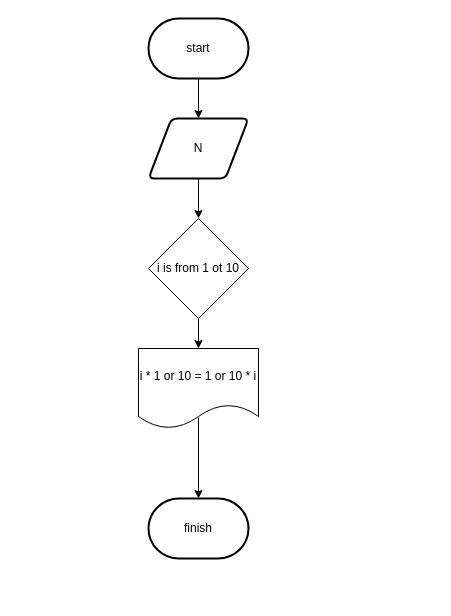
The draw.io diagram stage/03_loop/2739.drawio in Gyeongrok-Oh/boj, before the edit. Source tidied: cells renumbered, new cells numbered last; positions are measured from the earlier drawing's top-left corner, leaving out a move shared by most shapes. Both pictures are drawn from the tidied source at 100%, with x=0, y=0 at pixel (138, 18).
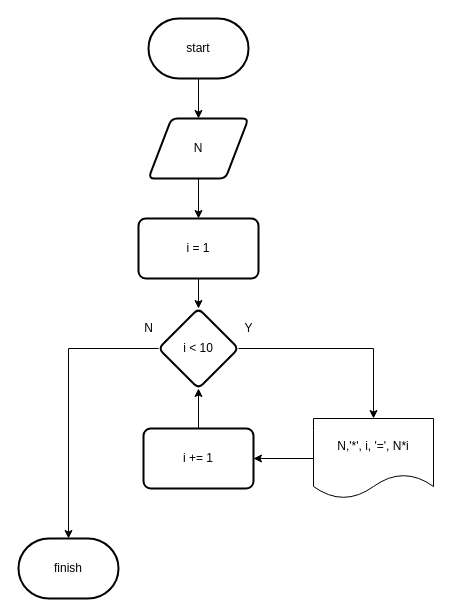
After the change.

Diff of the diagram source:
```diff
@@
 <mxGraphModel>
   <root>
     <mxCell id="0" />
     <mxCell id="1" parent="0" />
     <mxCell id="2" style="edgeStyle=none;html=1;entryX=0.5;entryY=0;entryDx=0;entryDy=0;" parent="1" edge="1" source="3" target="5">
       <mxGeometry relative="1" as="geometry" />
     </mxCell>
     <mxCell id="3" value="start" style="strokeWidth=2;html=1;shape=mxgraph.flowchart.terminator;whiteSpace=wrap;" parent="1" vertex="1">
       <mxGeometry x="10" width="100" height="60" as="geometry" />
     </mxCell>
-    <mxCell id="4" style="edgeStyle=none;html=1;" parent="1" edge="1" source="5">
-      <mxGeometry relative="1" as="geometry">
-        <mxPoint x="60" y="200" as="targetPoint" />
-      </mxGeometry>
-    </mxCell>
+    <mxCell id="12" style="edgeStyle=orthogonalEdgeStyle;rounded=0;jettySize=auto;html=1;" parent="1" edge="1" source="5" target="15">
+      <mxGeometry relative="1" as="geometry" />
+    </mxCell>
     <mxCell id="5" value="N" style="shape=parallelogram;html=1;strokeWidth=2;perimeter=parallelogramPerimeter;whiteSpace=wrap;rounded=1;arcSize=12;size=0.23;" parent="1" vertex="1">
       <mxGeometry x="10" y="100" width="100" height="60" as="geometry" />
     </mxCell>
-    <mxCell id="6" style="edgeStyle=none;html=1;" parent="1" edge="1">
-      <mxGeometry relative="1" as="geometry">
-        <mxPoint x="60" y="260" as="sourcePoint" />
-        <mxPoint x="60" y="300" as="targetPoint" />
-      </mxGeometry>
-    </mxCell>
-    <mxCell id="7" style="edgeStyle=none;html=1;exitX=0.5;exitY=0.863;exitDx=0;exitDy=0;exitPerimeter=0;entryX=0.5;entryY=0;entryDx=0;entryDy=0;entryPerimeter=0;" parent="1" edge="1" source="8" target="9">
-      <mxGeometry relative="1" as="geometry" />
-    </mxCell>
+    <mxCell id="13" style="edgeStyle=orthogonalEdgeStyle;rounded=0;jettySize=auto;html=1;exitX=0;exitY=0.5;exitDx=0;exitDy=0;entryX=1;entryY=0.5;entryDx=0;entryDy=0;" parent="1" edge="1" source="8" target="20">
+      <mxGeometry relative="1" as="geometry" />
+    </mxCell>
-    <mxCell id="8" value="i * 1 or 10 = 1 or 10 * i" style="shape=document;whiteSpace=wrap;html=1;boundedLbl=1;" parent="1" vertex="1">
-      <mxGeometry y="330" width="120" height="80" as="geometry" />
+    <mxCell id="8" value="&lt;font style=&quot;font-size: 12px&quot;&gt;N,'*', i, '=', N*i&lt;/font&gt;" style="shape=document;whiteSpace=wrap;html=1;boundedLbl=1;" parent="1" vertex="1">
+      <mxGeometry x="175" y="400" width="120" height="80" as="geometry" />
     </mxCell>
     <mxCell id="9" value="finish" style="strokeWidth=2;html=1;shape=mxgraph.flowchart.terminator;whiteSpace=wrap;" parent="1" vertex="1">
-      <mxGeometry x="10" y="480" width="100" height="60" as="geometry" />
+      <mxGeometry x="-120" y="520" width="100" height="60" as="geometry" />
     </mxCell>
-    <mxCell id="10" style="edgeStyle=none;html=1;entryX=0.5;entryY=0;entryDx=0;entryDy=0;" parent="1" edge="1" source="11" target="8">
-      <mxGeometry relative="1" as="geometry" />
-    </mxCell>
-    <mxCell id="11" value="i is from 1 ot 10" style="rhombus;whiteSpace=wrap;html=1;" parent="1" vertex="1">
-      <mxGeometry x="10" y="200" width="100" height="100" as="geometry" />
-    </mxCell>
+    <mxCell id="14" style="edgeStyle=orthogonalEdgeStyle;rounded=0;jettySize=auto;html=1;" parent="1" edge="1" source="15" target="18">
+      <mxGeometry relative="1" as="geometry" />
+    </mxCell>
+    <mxCell id="15" value="i = 1" style="whiteSpace=wrap;html=1;strokeWidth=2;rounded=1;arcSize=12;" parent="1" vertex="1">
+      <mxGeometry y="200" width="120" height="60" as="geometry" />
+    </mxCell>
+    <mxCell id="16" style="edgeStyle=orthogonalEdgeStyle;rounded=0;jettySize=auto;html=1;entryX=0.5;entryY=0;entryDx=0;entryDy=0;entryPerimeter=0;" parent="1" edge="1" source="18" target="9">
+      <mxGeometry relative="1" as="geometry" />
+    </mxCell>
+    <mxCell id="17" style="edgeStyle=orthogonalEdgeStyle;rounded=0;jettySize=auto;html=1;entryX=0.5;entryY=0;entryDx=0;entryDy=0;" parent="1" edge="1" source="18" target="8">
+      <mxGeometry relative="1" as="geometry" />
+    </mxCell>
+    <mxCell id="18" value="i &amp;lt; 10" style="rhombus;whiteSpace=wrap;html=1;strokeWidth=2;rounded=1;arcSize=12;" parent="1" vertex="1">
+      <mxGeometry x="20" y="290" width="80" height="80" as="geometry" />
+    </mxCell>
+    <mxCell id="19" style="edgeStyle=orthogonalEdgeStyle;rounded=0;jettySize=auto;html=1;entryX=0.5;entryY=1;entryDx=0;entryDy=0;" parent="1" edge="1" source="20" target="18">
+      <mxGeometry relative="1" as="geometry" />
+    </mxCell>
+    <mxCell id="20" value="i += 1" style="whiteSpace=wrap;html=1;strokeWidth=2;rounded=1;arcSize=12;" parent="1" vertex="1">
+      <mxGeometry x="5" y="410" width="110" height="60" as="geometry" />
+    </mxCell>
+    <mxCell id="21" value="Y" style="text;html=1;align=center;verticalAlign=middle;strokeColor=none;fillColor=none;" parent="1" vertex="1">
+      <mxGeometry x="100" y="300" width="20" height="20" as="geometry" />
+    </mxCell>
+    <mxCell id="22" value="N" style="text;html=1;align=center;verticalAlign=middle;strokeColor=none;fillColor=none;" parent="1" vertex="1">
+      <mxGeometry y="300" width="20" height="20" as="geometry" />
+    </mxCell>
   </root>
 </mxGraphModel>
```
